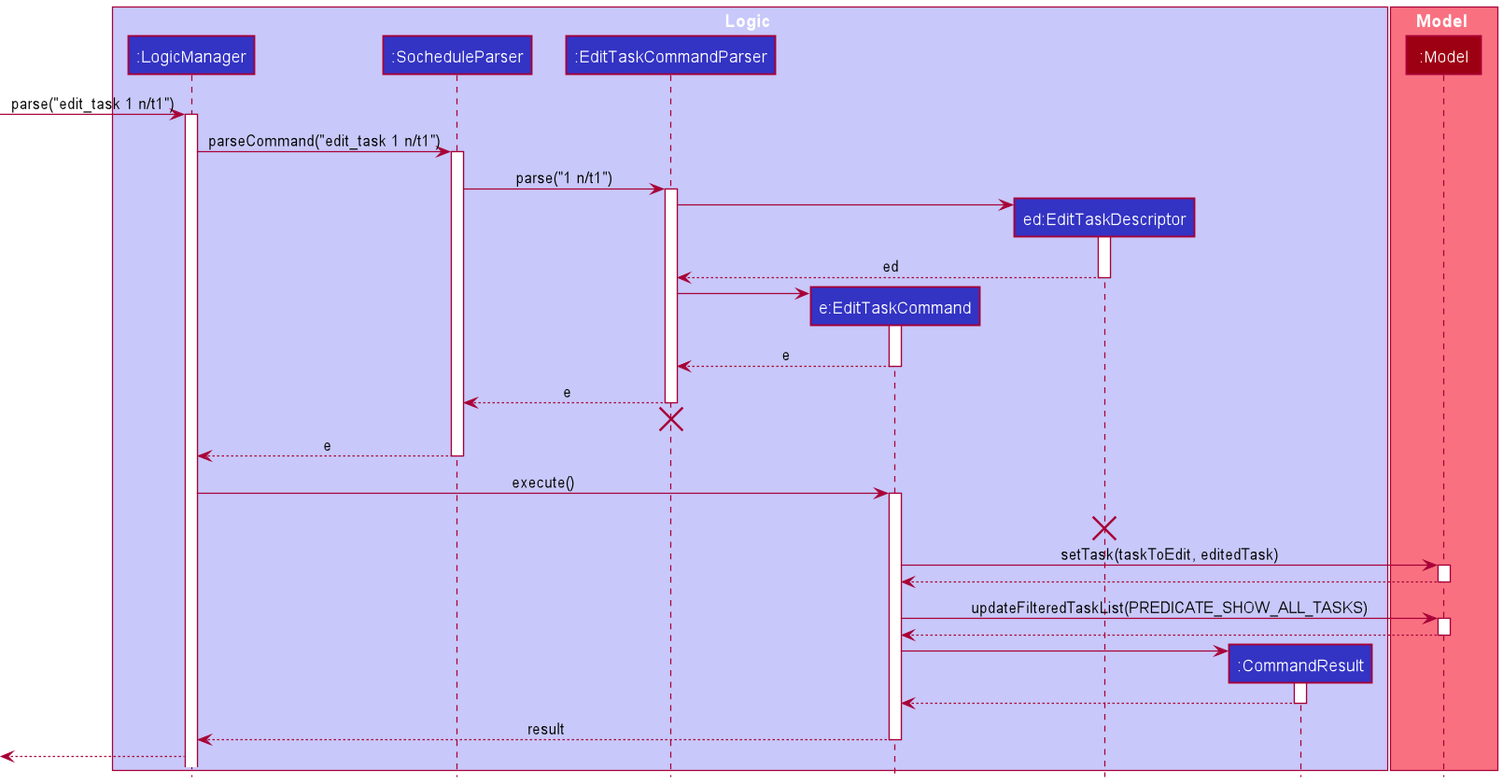
nus-cs2103-AY2021S2/tp keeps this PlantUML diagram as docs/images/EditTaskCommandSequenceDiagram.png. Above is the earlier version.
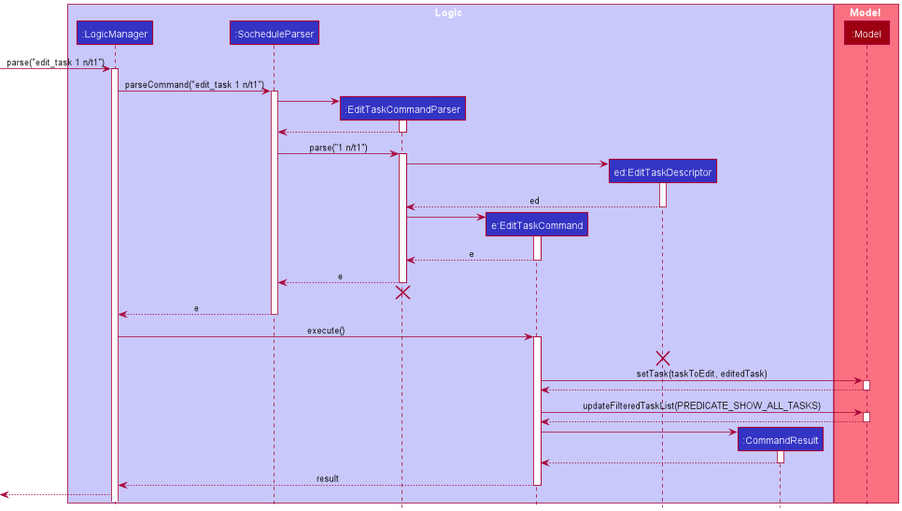
The same file after the commit.

Commit message:
Update sequence diagrams for parser

What changed in the source:
```diff
@@ -19,6 +19,12 @@
 
 LogicManager -> SocheduleParser : parseCommand("edit_task 1 n/t1")
 activate SocheduleParser
+
+create EditTaskCommandParser
+SocheduleParser -> EditTaskCommandParser
+activate EditTaskCommandParser
+EditTaskCommandParser --> SocheduleParser
+deactivate EditTaskCommandParser
 
 SocheduleParser -> EditTaskCommandParser: parse("1 n/t1")
 activate EditTaskCommandParser
```
